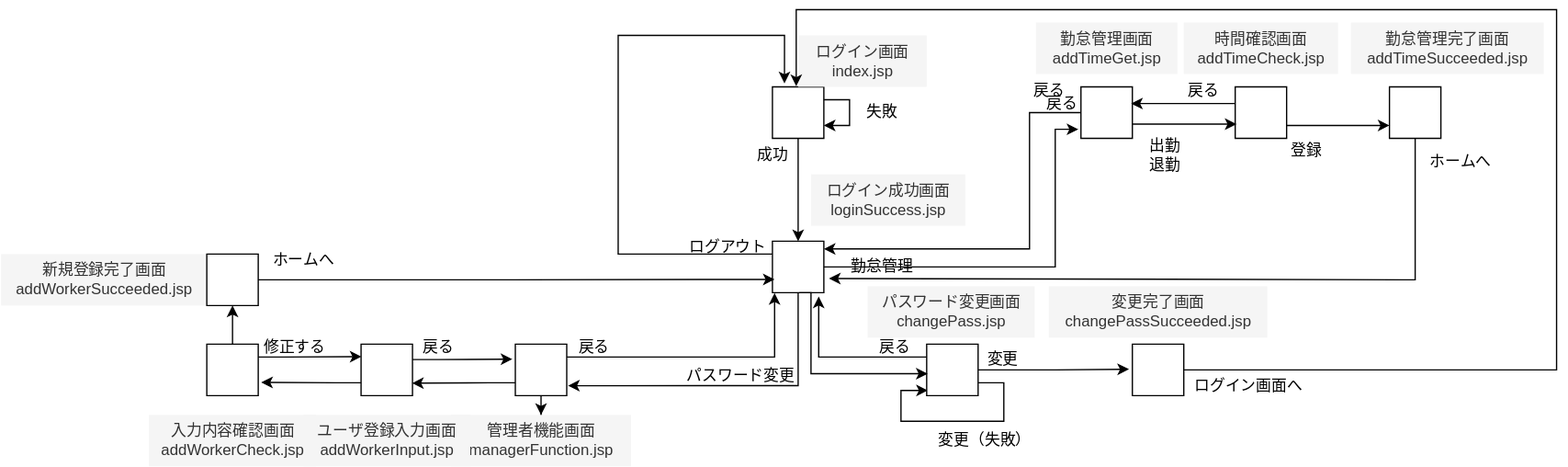
The draw.io diagram ログイン画面.drawio.svg in Masaaki-Kobayashi-kccs/sampleRepo2, before a commit. Source tidied: cells renumbered, new cells last; positions are measured from the earlier drawing's top-left corner, leaving out a move shared by most shapes.
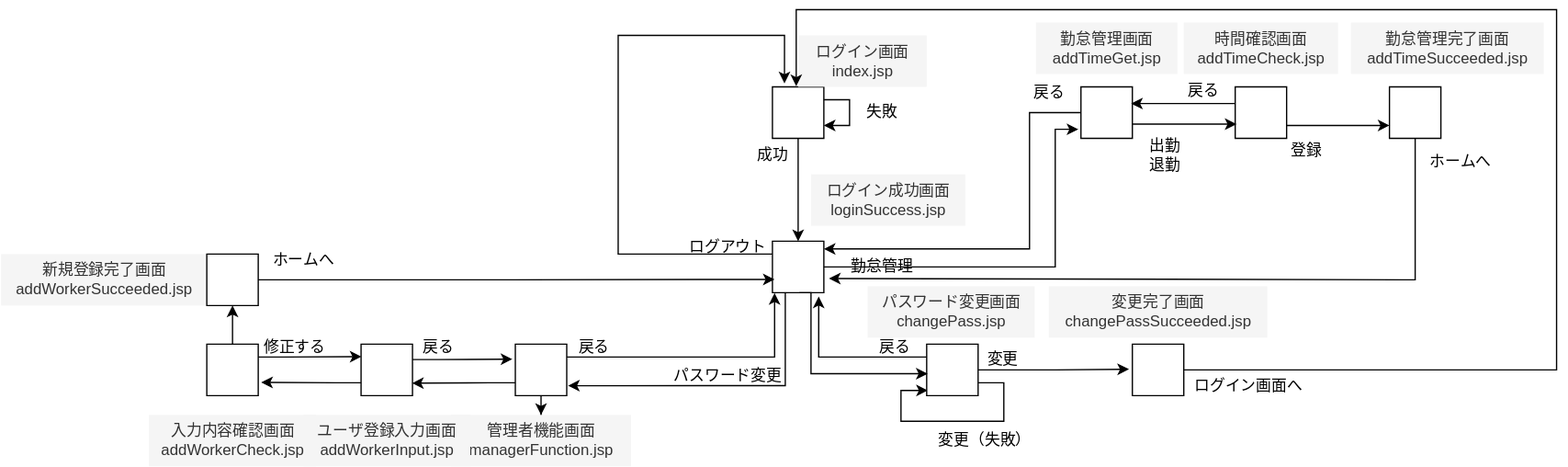
Later version of the same file.

Commit message:
ログイン画面.drawio.svg を更新します

Diff of the diagram source:
```diff
@@ -187,7 +187,7 @@
       </mxGeometry>
     </mxCell>
     <mxCell id="46" value="戻る" style="text;html=1;align=center;verticalAlign=middle;strokeColor=none;fillColor=none;" parent="1" vertex="1">
-      <mxGeometry x="790" y="48" width="50" height="30" as="geometry" />
+      <mxGeometry x="790" y="50" width="50" height="30" as="geometry" />
     </mxCell>
     <mxCell id="47" style="edgeStyle=orthogonalEdgeStyle;rounded=0;jettySize=auto;html=1;" parent="1" edge="1" source="10" target="6">
       <mxGeometry relative="1" as="geometry">
@@ -219,16 +219,13 @@
         </Array>
       </mxGeometry>
     </mxCell>
-    <mxCell id="54" value="戻る" style="text;html=1;align=center;verticalAlign=middle;strokeColor=none;fillColor=none;" parent="1" vertex="1">
-      <mxGeometry x="800" y="58" width="50" height="30" as="geometry" />
-    </mxCell>
     <mxCell id="55" value="戻る" style="text;html=1;align=center;verticalAlign=middle;strokeColor=none;fillColor=none;" parent="1" vertex="1">
       <mxGeometry x="670" y="248" width="50" height="30" as="geometry" />
     </mxCell>
     <mxCell id="56" style="edgeStyle=orthogonalEdgeStyle;rounded=0;jettySize=auto;html=1;entryX=1.025;entryY=0.808;entryDx=0;entryDy=0;entryPerimeter=0;" parent="1" edge="1" source="6" target="30">
       <mxGeometry relative="1" as="geometry">
         <Array as="points">
-          <mxPoint x="620" y="292" />
+          <mxPoint x="610" y="292" />
         </Array>
       </mxGeometry>
     </mxCell>
@@ -281,7 +278,7 @@
       </mxGeometry>
     </mxCell>
     <mxCell id="65" value="パスワード変更" style="text;html=1;align=center;verticalAlign=middle;strokeColor=none;fillColor=none;" parent="1" vertex="1">
-      <mxGeometry x="520" y="270" width="110" height="30" as="geometry" />
+      <mxGeometry x="510" y="270" width="110" height="30" as="geometry" />
     </mxCell>
   </root>
 </mxGraphModel>
```
